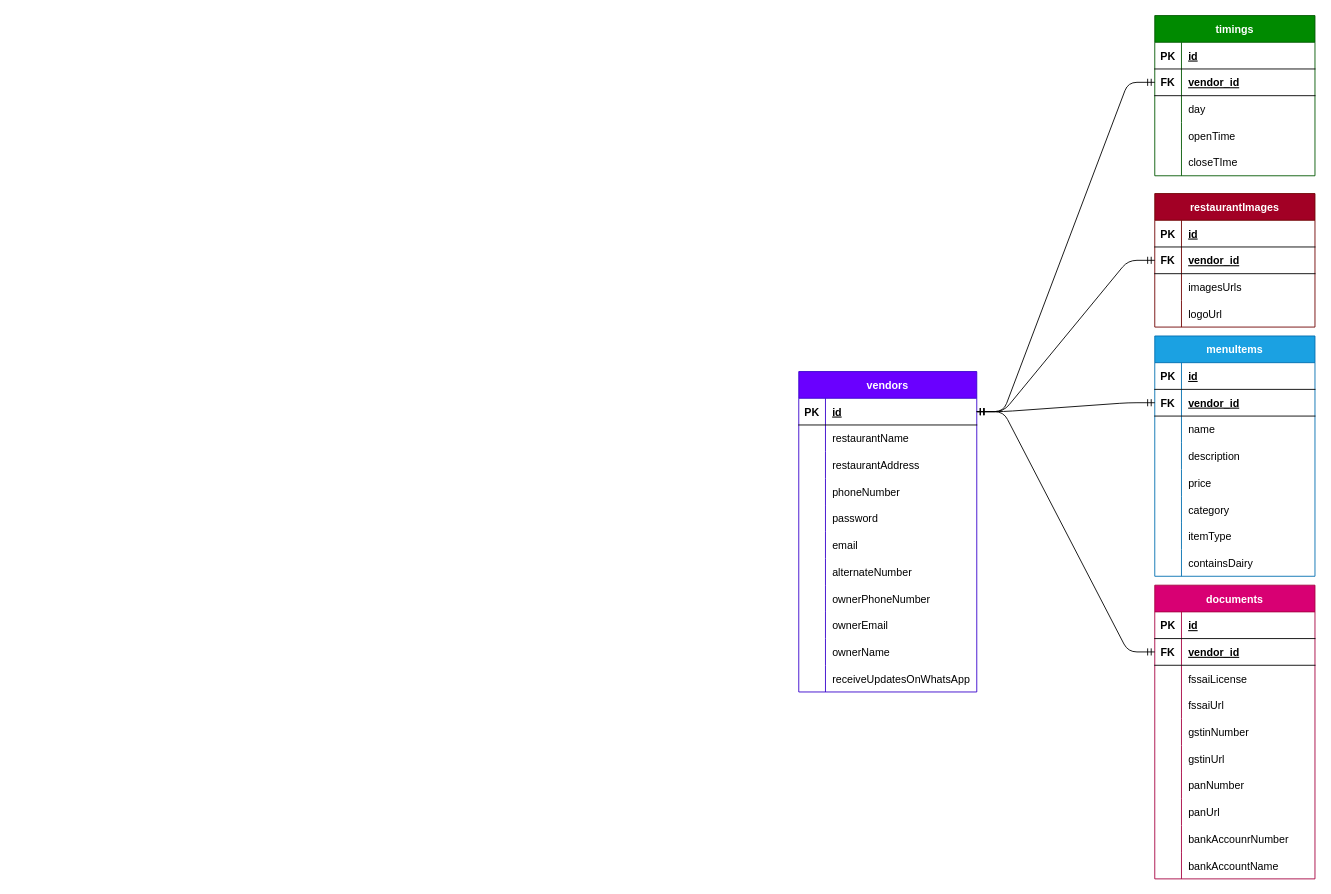
Before: preperly-api-ts/scratch.drawio in DebmalyaSen34/preperly-App, a draw.io diagram. Source tidied: cells renumbered, new cells numbered last; positions are measured from the earlier drawing's top-left corner, leaving out a move shared by most shapes. Both pictures are drawn from the tidied source at 89%, with x=0, y=0 at pixel (798, 15).
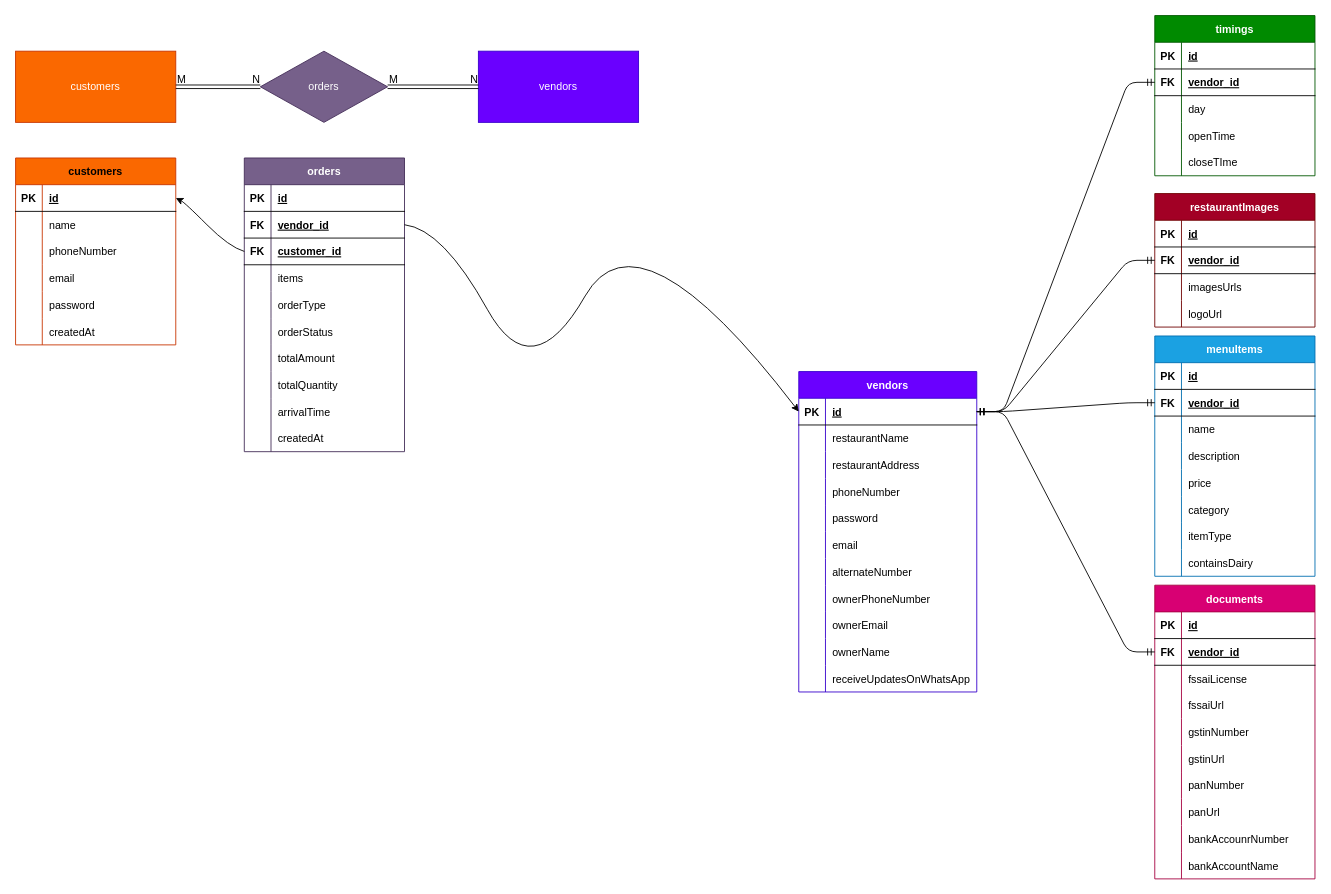
Above is the later version.

The change refers to these unchanged cells:
```xml
<mxCell id="3" style="shape=tableRow;horizontal=0;startSize=0;swimlaneHead=0;swimlaneBody=0;fillColor=none;points=[[0,0.5],[1,0.5]];portConstraint=eastwest;top=0;left=0;right=0;bottom=1;" parent="2" vertex="1">
  <mxGeometry y="30" width="200" height="30" as="geometry" />
</mxCell>
```

What changed in the source:
```diff
@@
+    <mxCell id="125" value="&lt;font color=&quot;#ffffff&quot;&gt;customers&lt;/font&gt;" style="whiteSpace=wrap;html=1;align=center;fillColor=#fa6800;fontColor=#000000;strokeColor=#C73500;glass=0;rounded=0;shadow=0;gradientColor=none;" parent="1" vertex="1">
+      <mxGeometry x="-880" y="40" width="180" height="80" as="geometry" />
+    </mxCell>
+    <mxCell id="126" value="vendors" style="whiteSpace=wrap;html=1;align=center;fillColor=#6a00ff;fontColor=#ffffff;strokeColor=#3700CC;" parent="1" vertex="1">
+      <mxGeometry x="-360" y="40" width="180" height="80" as="geometry" />
+    </mxCell>
+    <mxCell id="127" value="orders" style="shape=rhombus;perimeter=rhombusPerimeter;whiteSpace=wrap;html=1;align=center;fillColor=#76608a;fontColor=#ffffff;strokeColor=#432D57;" parent="1" vertex="1">
+      <mxGeometry x="-605" y="40" width="143" height="80" as="geometry" />
+    </mxCell>
+    <mxCell id="128" style="shape=link;html=1;rounded=0;exitX=1;exitY=0.5;exitDx=0;exitDy=0;entryX=0;entryY=0.5;entryDx=0;entryDy=0;" parent="1" edge="1" source="125" target="127">
+      <mxGeometry relative="1" as="geometry" />
+    </mxCell>
+    <mxCell id="129" value="M" style="html=1;align=left;verticalAlign=bottom;" parent="128" vertex="1">
+      <mxGeometry x="-1" relative="1" as="geometry" />
+    </mxCell>
+    <mxCell id="130" value="N" style="html=1;align=right;verticalAlign=bottom;" parent="128" vertex="1">
+      <mxGeometry x="1" relative="1" as="geometry" />
+    </mxCell>
+    <mxCell id="131" style="shape=link;html=1;rounded=0;exitX=1;exitY=0.5;exitDx=0;exitDy=0;entryX=0;entryY=0.5;entryDx=0;entryDy=0;" parent="1" edge="1" source="127" target="126">
+      <mxGeometry relative="1" as="geometry" />
+    </mxCell>
+    <mxCell id="132" value="M" style="html=1;align=left;verticalAlign=bottom;" parent="131" vertex="1">
+      <mxGeometry x="-1" relative="1" as="geometry" />
+    </mxCell>
+    <mxCell id="133" value="N" style="html=1;align=right;verticalAlign=bottom;" parent="131" vertex="1">
+      <mxGeometry x="1" relative="1" as="geometry" />
+    </mxCell>
+    <mxCell id="134" value="orders" style="shape=table;startSize=30;childLayout=tableLayout;rowLines=0;fontStyle=1;align=center;fillColor=#76608a;fontColor=#ffffff;strokeColor=#432D57;" parent="1" vertex="1">
+      <mxGeometry x="-623" y="160" width="180" height="330" as="geometry" />
+    </mxCell>
+    <mxCell id="135" style="shape=tableRow;horizontal=0;startSize=0;swimlaneHead=0;swimlaneBody=0;fillColor=none;top=0;left=0;right=0;bottom=1;" parent="134" vertex="1">
+      <mxGeometry y="30" width="180" height="30" as="geometry" />
+    </mxCell>
+    <mxCell id="136" value="PK" style="shape=partialRectangle;fillColor=none;top=0;left=0;bottom=0;right=0;fontStyle=1;overflow=hidden;" parent="135" vertex="1">
+      <mxGeometry width="30" height="30" as="geometry" />
+    </mxCell>
+    <mxCell id="137" value="id" style="shape=partialRectangle;fillColor=none;top=0;left=0;bottom=0;right=0;align=left;spacingLeft=6;fontStyle=5;overflow=hidden;" parent="135" vertex="1">
+      <mxGeometry x="30" width="150" height="30" as="geometry" />
+    </mxCell>
+    <mxCell id="138" style="shape=tableRow;horizontal=0;startSize=0;swimlaneHead=0;swimlaneBody=0;fillColor=none;points=[[0,0.5],[1,0.5]];portConstraint=eastwest;top=0;left=0;right=0;bottom=1;" parent="134" vertex="1">
+      <mxGeometry y="60" width="180" height="30" as="geometry" />
+    </mxCell>
+    <mxCell id="139" value="FK" style="shape=partialRectangle;fillColor=none;top=0;left=0;bottom=0;right=0;fontStyle=1;overflow=hidden;" parent="138" vertex="1">
+      <mxGeometry width="30" height="30" as="geometry" />
+    </mxCell>
+    <mxCell id="140" value="vendor_id" style="shape=partialRectangle;fillColor=none;top=0;left=0;bottom=0;right=0;align=left;spacingLeft=6;fontStyle=5;overflow=hidden;" parent="138" vertex="1">
+      <mxGeometry x="30" width="150" height="30" as="geometry" />
+    </mxCell>
+    <mxCell id="141" style="shape=tableRow;horizontal=0;startSize=0;swimlaneHead=0;swimlaneBody=0;fillColor=none;points=[[0,0.5],[1,0.5]];portConstraint=eastwest;top=0;left=0;right=0;bottom=1;" parent="134" vertex="1">
+      <mxGeometry y="90" width="180" height="30" as="geometry" />
+    </mxCell>
+    <mxCell id="142" value="FK" style="shape=partialRectangle;fillColor=none;top=0;left=0;bottom=0;right=0;fontStyle=1;overflow=hidden;" parent="141" vertex="1">
+      <mxGeometry width="30" height="30" as="geometry" />
+    </mxCell>
+    <mxCell id="143" value="customer_id" style="shape=partialRectangle;fillColor=none;top=0;left=0;bottom=0;right=0;align=left;spacingLeft=6;fontStyle=5;overflow=hidden;" parent="141" vertex="1">
+      <mxGeometry x="30" width="150" height="30" as="geometry" />
+    </mxCell>
+    <mxCell id="144" style="shape=tableRow;horizontal=0;startSize=0;swimlaneHead=0;swimlaneBody=0;fillColor=none;top=0;left=0;right=0;bottom=0;" parent="134" vertex="1">
+      <mxGeometry y="120" width="180" height="30" as="geometry" />
+    </mxCell>
+    <mxCell id="145" style="shape=partialRectangle;fillColor=none;top=0;left=0;bottom=0;right=0;overflow=hidden;" parent="144" vertex="1">
+      <mxGeometry width="30" height="30" as="geometry" />
+    </mxCell>
+    <mxCell id="146" value="items" style="shape=partialRectangle;fillColor=none;top=0;left=0;bottom=0;right=0;align=left;spacingLeft=6;overflow=hidden;" parent="144" vertex="1">
+      <mxGeometry x="30" width="150" height="30" as="geometry" />
+    </mxCell>
+    <mxCell id="147" style="shape=tableRow;horizontal=0;startSize=0;swimlaneHead=0;swimlaneBody=0;fillColor=none;top=0;left=0;right=0;bottom=0;" parent="134" vertex="1">
+      <mxGeometry y="150" width="180" height="30" as="geometry" />
+    </mxCell>
+    <mxCell id="148" style="shape=partialRectangle;fillColor=none;top=0;left=0;bottom=0;right=0;overflow=hidden;" parent="147" vertex="1">
+      <mxGeometry width="30" height="30" as="geometry" />
+    </mxCell>
+    <mxCell id="149" value="orderType" style="shape=partialRectangle;fillColor=none;top=0;left=0;bottom=0;right=0;align=left;spacingLeft=6;overflow=hidden;" parent="147" vertex="1">
+      <mxGeometry x="30" width="150" height="30" as="geometry" />
+    </mxCell>
+    <mxCell id="150" style="shape=tableRow;horizontal=0;startSize=0;swimlaneHead=0;swimlaneBody=0;fillColor=none;top=0;left=0;right=0;bottom=0;" parent="134" vertex="1">
+      <mxGeometry y="180" width="180" height="30" as="geometry" />
+    </mxCell>
+    <mxCell id="151" style="shape=partialRectangle;fillColor=none;top=0;left=0;bottom=0;right=0;overflow=hidden;" parent="150" vertex="1">
+      <mxGeometry width="30" height="30" as="geometry" />
+    </mxCell>
+    <mxCell id="152" value="orderStatus" style="shape=partialRectangle;fillColor=none;top=0;left=0;bottom=0;right=0;align=left;spacingLeft=6;overflow=hidden;" parent="150" vertex="1">
+      <mxGeometry x="30" width="150" height="30" as="geometry" />
+    </mxCell>
+    <mxCell id="153" style="shape=tableRow;horizontal=0;startSize=0;swimlaneHead=0;swimlaneBody=0;fillColor=none;top=0;left=0;right=0;bottom=0;" parent="134" vertex="1">
+      <mxGeometry y="210" width="180" height="30" as="geometry" />
+    </mxCell>
+    <mxCell id="154" style="shape=partialRectangle;fillColor=none;top=0;left=0;bottom=0;right=0;overflow=hidden;" parent="153" vertex="1">
+      <mxGeometry width="30" height="30" as="geometry" />
+    </mxCell>
+    <mxCell id="155" value="totalAmount" style="shape=partialRectangle;fillColor=none;top=0;left=0;bottom=0;right=0;align=left;spacingLeft=6;overflow=hidden;" parent="153" vertex="1">
+      <mxGeometry x="30" width="150" height="30" as="geometry" />
+    </mxCell>
+    <mxCell id="156" style="shape=tableRow;horizontal=0;startSize=0;swimlaneHead=0;swimlaneBody=0;fillColor=none;top=0;left=0;right=0;bottom=0;" parent="134" vertex="1">
+      <mxGeometry y="240" width="180" height="30" as="geometry" />
+    </mxCell>
+    <mxCell id="157" style="shape=partialRectangle;fillColor=none;top=0;left=0;bottom=0;right=0;overflow=hidden;" parent="156" vertex="1">
+      <mxGeometry width="30" height="30" as="geometry" />
+    </mxCell>
+    <mxCell id="158" value="totalQuantity" style="shape=partialRectangle;fillColor=none;top=0;left=0;bottom=0;right=0;align=left;spacingLeft=6;overflow=hidden;" parent="156" vertex="1">
+      <mxGeometry x="30" width="150" height="30" as="geometry" />
+    </mxCell>
+    <mxCell id="159" style="shape=tableRow;horizontal=0;startSize=0;swimlaneHead=0;swimlaneBody=0;fillColor=none;top=0;left=0;right=0;bottom=0;" parent="134" vertex="1">
+      <mxGeometry y="270" width="180" height="30" as="geometry" />
+    </mxCell>
+    <mxCell id="160" style="shape=partialRectangle;fillColor=none;top=0;left=0;bottom=0;right=0;overflow=hidden;" parent="159" vertex="1">
+      <mxGeometry width="30" height="30" as="geometry" />
+    </mxCell>
+    <mxCell id="161" value="arrivalTime" style="shape=partialRectangle;fillColor=none;top=0;left=0;bottom=0;right=0;align=left;spacingLeft=6;overflow=hidden;" parent="159" vertex="1">
+      <mxGeometry x="30" width="150" height="30" as="geometry" />
+    </mxCell>
+    <mxCell id="162" style="shape=tableRow;horizontal=0;startSize=0;swimlaneHead=0;swimlaneBody=0;fillColor=none;top=0;left=0;right=0;bottom=0;" parent="134" vertex="1">
+      <mxGeometry y="300" width="180" height="30" as="geometry" />
+    </mxCell>
+    <mxCell id="163" style="shape=partialRectangle;fillColor=none;top=0;left=0;bottom=0;right=0;overflow=hidden;" parent="162" vertex="1">
+      <mxGeometry width="30" height="30" as="geometry" />
+    </mxCell>
+    <mxCell id="164" value="createdAt" style="shape=partialRectangle;fillColor=none;top=0;left=0;bottom=0;right=0;align=left;spacingLeft=6;overflow=hidden;" parent="162" vertex="1">
+      <mxGeometry x="30" width="150" height="30" as="geometry" />
+    </mxCell>
+    <mxCell id="165" value="customers" style="shape=table;startSize=30;childLayout=tableLayout;rowLines=0;fontStyle=1;align=center;fillColor=#fa6800;fontColor=#000000;strokeColor=#C73500;" parent="1" vertex="1">
+      <mxGeometry x="-880" y="160" width="180" height="210" as="geometry" />
+    </mxCell>
+    <mxCell id="166" style="shape=tableRow;horizontal=0;startSize=0;swimlaneHead=0;swimlaneBody=0;fillColor=none;points=[[0,0.5],[1,0.5]];portConstraint=eastwest;top=0;left=0;right=0;bottom=1;" parent="165" vertex="1">
+      <mxGeometry y="30" width="180" height="30" as="geometry" />
+    </mxCell>
+    <mxCell id="167" value="PK" style="shape=partialRectangle;fillColor=none;top=0;left=0;bottom=0;right=0;fontStyle=1;overflow=hidden;" parent="166" vertex="1">
+      <mxGeometry width="30" height="30" as="geometry" />
+    </mxCell>
+    <mxCell id="168" value="id" style="shape=partialRectangle;fillColor=none;top=0;left=0;bottom=0;right=0;align=left;spacingLeft=6;fontStyle=5;overflow=hidden;" parent="166" vertex="1">
+      <mxGeometry x="30" width="150" height="30" as="geometry" />
+    </mxCell>
+    <mxCell id="169" style="shape=tableRow;horizontal=0;startSize=0;swimlaneHead=0;swimlaneBody=0;fillColor=none;top=0;left=0;right=0;bottom=0;" parent="165" vertex="1">
+      <mxGeometry y="60" width="180" height="30" as="geometry" />
+    </mxCell>
+    <mxCell id="170" style="shape=partialRectangle;fillColor=none;top=0;left=0;bottom=0;right=0;overflow=hidden;" parent="169" vertex="1">
+      <mxGeometry width="30" height="30" as="geometry" />
+    </mxCell>
+    <mxCell id="171" value="name" style="shape=partialRectangle;fillColor=none;top=0;left=0;bottom=0;right=0;align=left;spacingLeft=6;overflow=hidden;" parent="169" vertex="1">
+      <mxGeometry x="30" width="150" height="30" as="geometry" />
+    </mxCell>
+    <mxCell id="172" style="shape=tableRow;horizontal=0;startSize=0;swimlaneHead=0;swimlaneBody=0;fillColor=none;top=0;left=0;right=0;bottom=0;" parent="165" vertex="1">
+      <mxGeometry y="90" width="180" height="30" as="geometry" />
+    </mxCell>
+    <mxCell id="173" style="shape=partialRectangle;fillColor=none;top=0;left=0;bottom=0;right=0;overflow=hidden;" parent="172" vertex="1">
+      <mxGeometry width="30" height="30" as="geometry" />
+    </mxCell>
+    <mxCell id="174" value="phoneNumber" style="shape=partialRectangle;fillColor=none;top=0;left=0;bottom=0;right=0;align=left;spacingLeft=6;overflow=hidden;" parent="172" vertex="1">
+      <mxGeometry x="30" width="150" height="30" as="geometry" />
+    </mxCell>
+    <mxCell id="175" style="shape=tableRow;horizontal=0;startSize=0;swimlaneHead=0;swimlaneBody=0;fillColor=none;top=0;left=0;right=0;bottom=0;" parent="165" vertex="1">
+      <mxGeometry y="120" width="180" height="30" as="geometry" />
+    </mxCell>
+    <mxCell id="176" style="shape=partialRectangle;fillColor=none;top=0;left=0;bottom=0;right=0;overflow=hidden;" parent="175" vertex="1">
+      <mxGeometry width="30" height="30" as="geometry" />
+    </mxCell>
+    <mxCell id="177" value="email" style="shape=partialRectangle;fillColor=none;top=0;left=0;bottom=0;right=0;align=left;spacingLeft=6;overflow=hidden;" parent="175" vertex="1">
+      <mxGeometry x="30" width="150" height="30" as="geometry" />
+    </mxCell>
+    <mxCell id="178" style="shape=tableRow;horizontal=0;startSize=0;swimlaneHead=0;swimlaneBody=0;fillColor=none;top=0;left=0;right=0;bottom=0;" parent="165" vertex="1">
+      <mxGeometry y="150" width="180" height="30" as="geometry" />
+    </mxCell>
+    <mxCell id="179" style="shape=partialRectangle;fillColor=none;top=0;left=0;bottom=0;right=0;overflow=hidden;" parent="178" vertex="1">
+      <mxGeometry width="30" height="30" as="geometry" />
+    </mxCell>
+    <mxCell id="180" value="password" style="shape=partialRectangle;fillColor=none;top=0;left=0;bottom=0;right=0;align=left;spacingLeft=6;overflow=hidden;" parent="178" vertex="1">
+      <mxGeometry x="30" width="150" height="30" as="geometry" />
+    </mxCell>
+    <mxCell id="181" style="shape=tableRow;horizontal=0;startSize=0;swimlaneHead=0;swimlaneBody=0;fillColor=none;top=0;left=0;right=0;bottom=0;" parent="165" vertex="1">
+      <mxGeometry y="180" width="180" height="30" as="geometry" />
+    </mxCell>
+    <mxCell id="182" style="shape=partialRectangle;fillColor=none;top=0;left=0;bottom=0;right=0;overflow=hidden;" parent="181" vertex="1">
+      <mxGeometry width="30" height="30" as="geometry" />
+    </mxCell>
+    <mxCell id="183" value="createdAt" style="shape=partialRectangle;fillColor=none;top=0;left=0;bottom=0;right=0;align=left;spacingLeft=6;overflow=hidden;" parent="181" vertex="1">
+      <mxGeometry x="30" width="150" height="30" as="geometry" />
+    </mxCell>
+    <mxCell id="184" style="curved=1;endArrow=classic;html=1;fontColor=#FFFFFF;exitX=0;exitY=0.5;exitDx=0;exitDy=0;entryX=1;entryY=0.5;entryDx=0;entryDy=0;" parent="1" edge="1" source="141" target="166">
+      <mxGeometry relative="1" as="geometry">
+        <Array as="points">
+          <mxPoint x="-640" y="260" />
+          <mxPoint x="-690" y="210" />
+        </Array>
+      </mxGeometry>
+    </mxCell>
+    <mxCell id="185" style="curved=1;endArrow=classic;html=1;fontColor=#FFFFFF;exitX=1;exitY=0.5;exitDx=0;exitDy=0;entryX=0;entryY=0.5;entryDx=0;entryDy=0;" parent="1" edge="1" source="138" target="3">
+      <mxGeometry relative="1" as="geometry">
+        <Array as="points">
+          <mxPoint x="-400" y="240" />
+          <mxPoint x="-300" y="420" />
+          <mxPoint x="-180" y="210" />
+        </Array>
+      </mxGeometry>
+    </mxCell>
```
